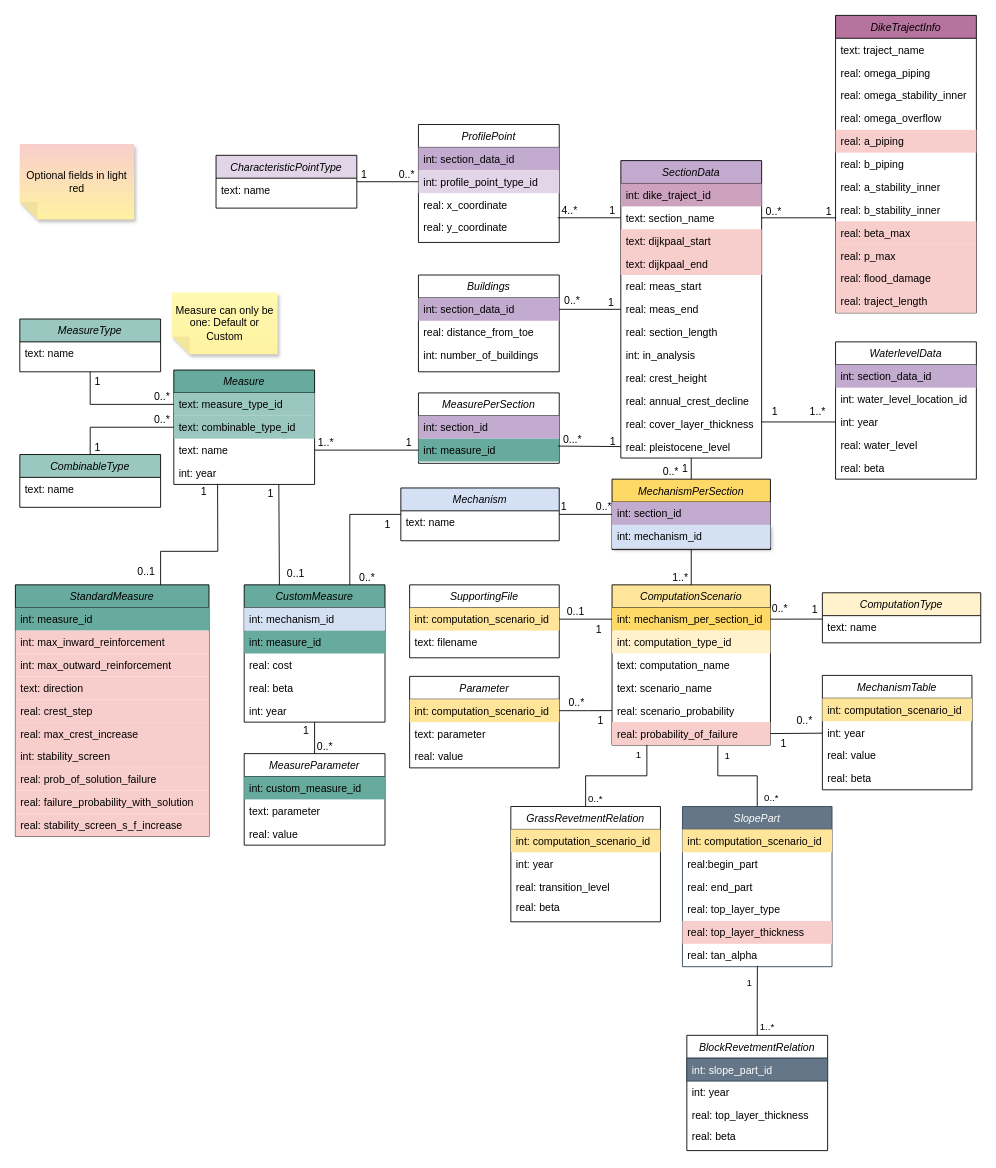
Deltares/Veiligheidsrendement keeps this draw.io diagram as docs/db_diagram/vrtool_sql_input.drawio. Above is the earlier version. Source tidied: cells renumbered, new cells numbered last; positions are measured from the earlier drawing's top-left corner, leaving out a move shared by most shapes. Both pictures are drawn from the tidied source at 88%, with x=0, y=0 at pixel (15, 15).
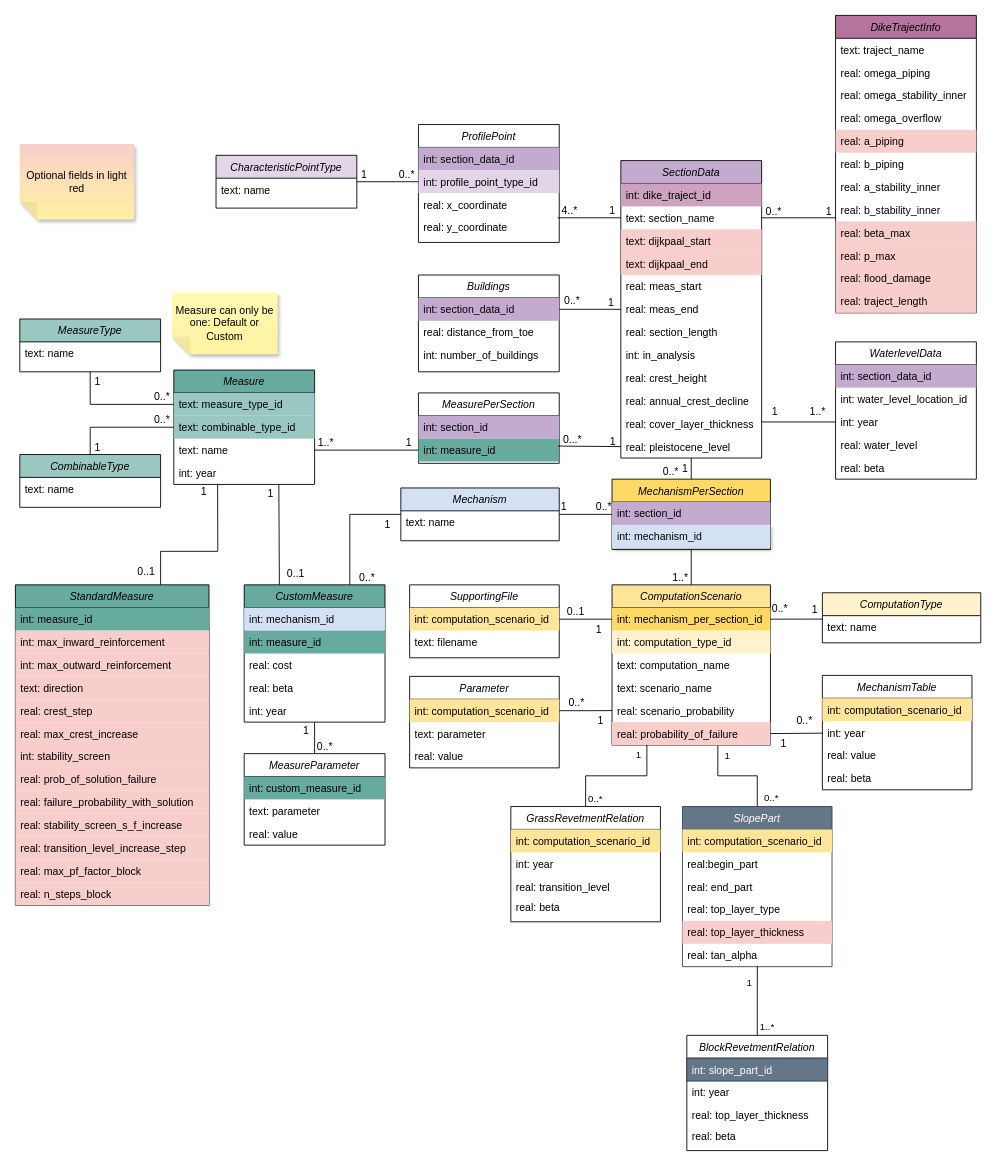
The same diagram, later.

Commit message (it also covers changes not shown here):
docs: Updated diagram with new columns for standard measure

Diff of the diagram source:
```diff
@@
     <mxCell id="94" value="StandardMeasure" style="swimlane;fontStyle=2;align=center;verticalAlign=top;horizontal=1;startSize=26;rounded=0;shadow=0;strokeWidth=1;fillColor=#67AB9F;" parent="1" vertex="1">
-      <mxGeometry y="647.1" width="220" height="286" as="geometry" />
+      <mxGeometry y="647.1" width="220" height="364" as="geometry" />
     </mxCell>
@@
+    <mxCell id="192" value="real: stability_screen_s_f_increase" style="text;align=left;verticalAlign=top;spacingLeft=4;spacingRight=4;overflow=hidden;fillColor=#F8CECC;" parent="94" vertex="1">
+      <mxGeometry y="260" width="220" height="26" as="geometry" />
+    </mxCell>
-    <mxCell id="104" value="real: stability_screen_s_f_increase" style="text;align=left;verticalAlign=top;spacingLeft=4;spacingRight=4;overflow=hidden;fillColor=#F8CECC;" parent="94" vertex="1">
-      <mxGeometry y="260" width="220" height="26" as="geometry" />
+    <mxCell id="104" value="real: transition_level_increase_step" style="text;align=left;verticalAlign=top;spacingLeft=4;spacingRight=4;overflow=hidden;fillColor=#F8CECC;" parent="94" vertex="1">
+      <mxGeometry y="286" width="220" height="26" as="geometry" />
     </mxCell>
+    <mxCell id="193" value="real: max_pf_factor_block" style="text;align=left;verticalAlign=top;spacingLeft=4;spacingRight=4;overflow=hidden;fillColor=#F8CECC;" parent="94" vertex="1">
+      <mxGeometry y="312" width="220" height="26" as="geometry" />
+    </mxCell>
+    <mxCell id="194" value="real: n_steps_block" style="text;align=left;verticalAlign=top;spacingLeft=4;spacingRight=4;overflow=hidden;fillColor=#F8CECC;" parent="94" vertex="1">
+      <mxGeometry y="338" width="220" height="26" as="geometry" />
+    </mxCell>
```
